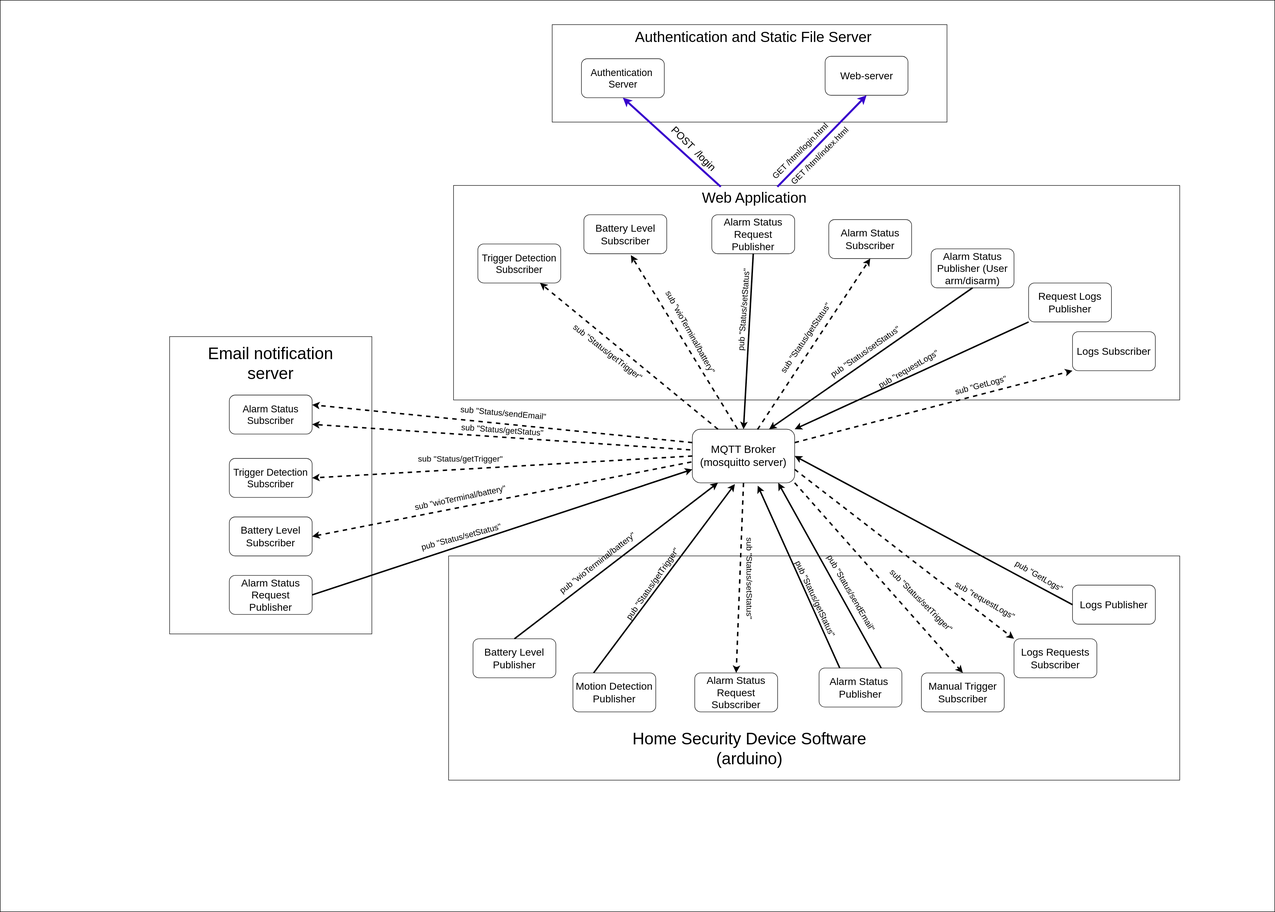
This is docs/architecture_diagram.svg from paveldej/Security-System, a draw.io export, as it was before one commit. Source tidied: cells renumbered, new cells last; positions are measured from the earlier drawing's top-left corner, leaving out a move shared by most shapes.
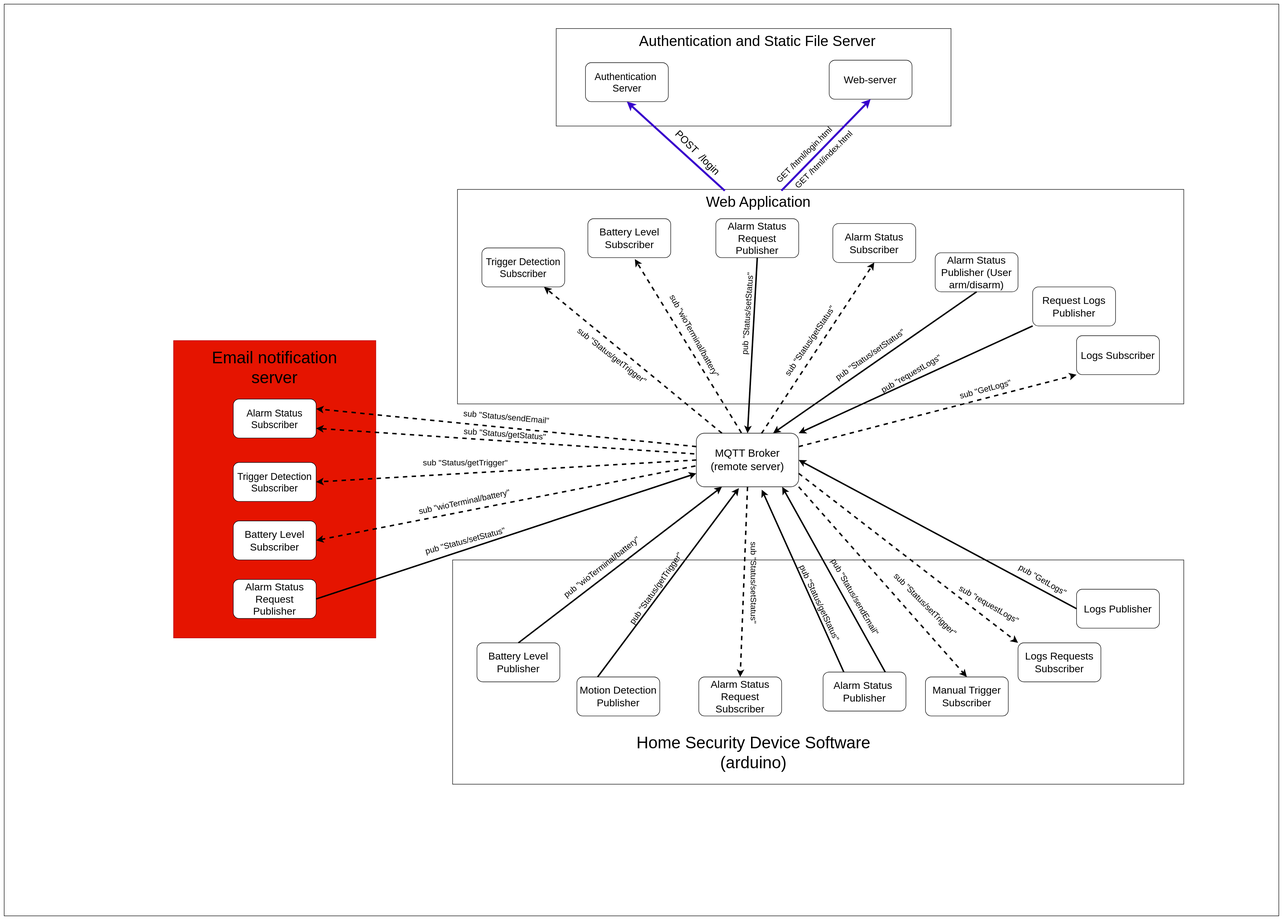
The same file after the commit.

Commit message:
#37 Add new architecture diagram

Diff of the diagram source:
```diff
@@ -5,7 +5,7 @@
     <mxCell id="2" style="rounded=0;whiteSpace=wrap;html=1;fillColor=light-dark(#FFFFFF,#FFFFFF);" parent="1" vertex="1">
       <mxGeometry width="2615" height="1870" as="geometry" />
     </mxCell>
-    <mxCell id="3" value="&lt;div&gt;&lt;font style=&quot;font-size: 22px; color: light-dark(rgb(0, 0, 0), rgb(0, 0, 0));&quot;&gt;MQTT Broker&lt;/font&gt;&lt;/div&gt;&lt;div&gt;&lt;span style=&quot;font-size: 22px;&quot;&gt;(mosquitto server)&lt;/span&gt;&lt;/div&gt;" style="rounded=1;whiteSpace=wrap;html=1;fillColor=light-dark(#FFFFFF,#7EA6E0);" parent="1" vertex="1">
+    <mxCell id="3" value="&lt;div&gt;&lt;font style=&quot;font-size: 22px; color: light-dark(rgb(0, 0, 0), rgb(0, 0, 0));&quot;&gt;MQTT Broker&lt;/font&gt;&lt;/div&gt;&lt;div&gt;&lt;span style=&quot;font-size: 22px;&quot;&gt;(remote server)&lt;/span&gt;&lt;/div&gt;" style="rounded=1;whiteSpace=wrap;html=1;fillColor=light-dark(#FFFFFF,#7EA6E0);" parent="1" vertex="1">
       <mxGeometry x="1420" y="880" width="210" height="110" as="geometry" />
     </mxCell>
     <mxCell id="4" style="rounded=0;whiteSpace=wrap;html=1;fillColor=light-dark(#FFFFFF,#FFE599);" parent="1" vertex="1">
@@ -86,7 +86,7 @@
         <mxPoint x="-27" y="-3" as="offset" />
       </mxGeometry>
     </mxCell>
-    <mxCell id="26" style="rounded=0;whiteSpace=wrap;html=1;fillColor=light-dark(#FFFFFF,#97D077);" parent="1" vertex="1">
+    <mxCell id="26" style="rounded=0;whiteSpace=wrap;html=1;fillColor=#e51400;strokeColor=#B20000;fontColor=#ffffff;" parent="1" vertex="1">
       <mxGeometry x="347.5" y="690" width="415" height="610" as="geometry" />
     </mxCell>
     <mxCell id="27" value="Email notification server" style="text;html=1;align=center;verticalAlign=middle;whiteSpace=wrap;rounded=0;fontColor=light-dark(#000000,#000000);fontSize=34;" parent="1" vertex="1">
```
